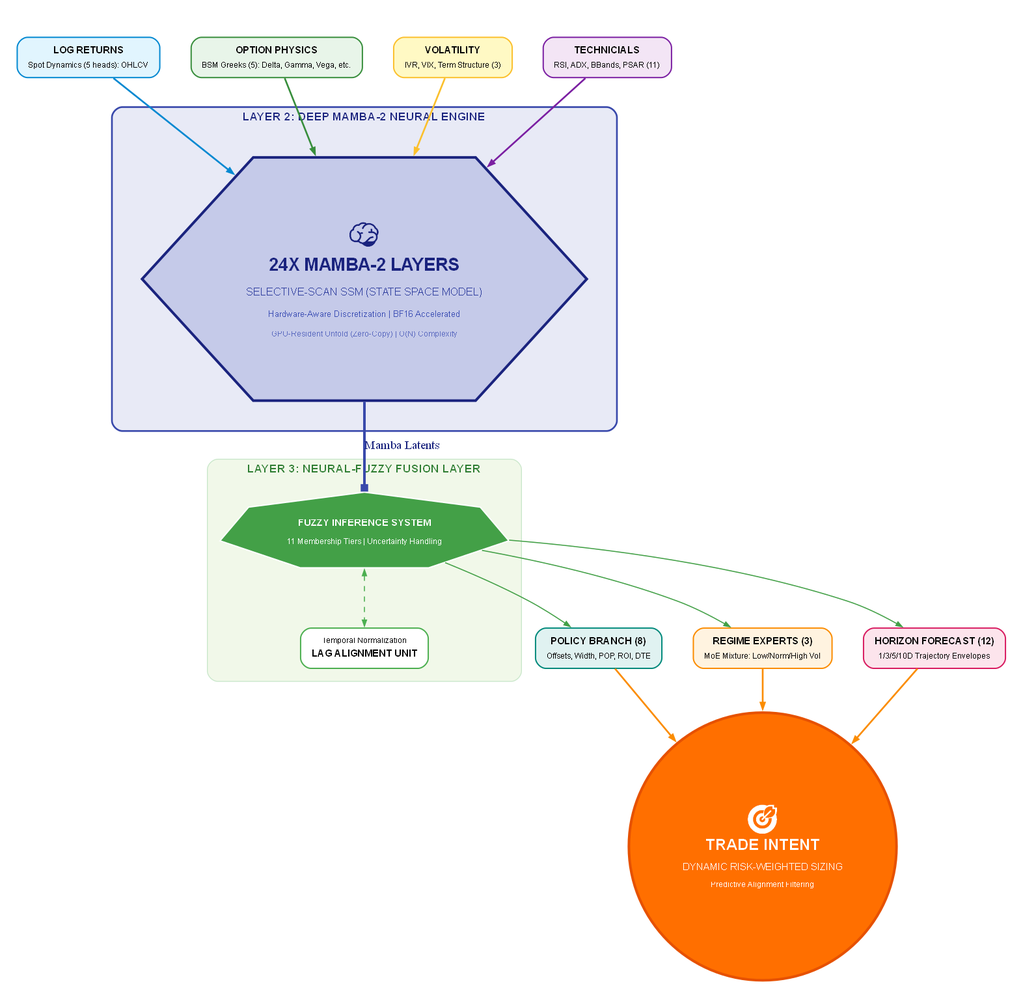
The Graphviz diagram docs/architecture/condor_intelligence_flow_premium.png in trextrader/spy-iron-condor-trading, before a commit. Its source is kept beside it as docs/architecture/condor_intelligence_flow_premium.dot. The source it was exported from:
```dot
digraph CondorIntelligence {
    rankdir=TB;
    nodesep=0.5;
    ranksep=0.7;
    compound=true;
    fontname="Arial, Helvetica, sans-serif";
    splines=spline;

    node [
        fontname="Arial, Helvetica, sans-serif",
        fontsize=11,
        shape=rect,
        style="filled,rounded",
        penwidth=1.5,
        color="#FFFFFF",
        margin="0.15,0.1"
    ];

    edge [
        color="#90A4AE",
        penwidth=1.2,
        arrowsize=0.7
    ];

    subgraph cluster_l1 {
        label = <<b>LAYER 1: MULTI-SOURCE INPUT MANIFOLD (24 PARAMETERS)</b>>;
        labelloc = "t";
        fontsize = 13;
        fontcolor = "#37474F";
        style = "invis";

        i1 [label=<<table border="0" cellspacing="0"><tr><td><b>LOG RETURNS</b></td></tr><tr><td><font point-size="9">Spot Dynamics (5 heads): OHLCV</font></td></tr></table>>, fillcolor="#E1F5FE", color="#0288D1"];
        i2 [label=<<table border="0" cellspacing="0"><tr><td><b>OPTION PHYSICS</b></td></tr><tr><td><font point-size="9">BSM Greeks (5): Delta, Gamma, Vega, etc.</font></td></tr></table>>, fillcolor="#E8F5E9", color="#388E3C"];
        i3 [label=<<table border="0" cellspacing="0"><tr><td><b>VOLATILITY</b></td></tr><tr><td><font point-size="9">IVR, VIX, Term Structure (3)</font></td></tr></table>>, fillcolor="#FFF9C4", color="#FBC02D"];
        i4 [label=<<table border="0" cellspacing="0"><tr><td><b>TECHNICIALS</b></td></tr><tr><td><font point-size="9">RSI, ADX, BBands, PSAR (11)</font></td></tr></table>>, fillcolor="#F3E5F5", color="#7B1FA2"];

        {rank=same; i1 i2 i3 i4}
    }

    subgraph cluster_l2 {
        label = <<b>LAYER 2: DEEP MAMBA-2 NEURAL ENGINE</b>>;
        labelloc = "t";
        fontsize = 13;
        fontcolor = "#1A237E";
        style = "filled,rounded";
        fillcolor = "#E8EAF6";
        pencolor = "#3949AB";
        penwidth = 2;
        margin = 35;

        mamba_core [label=<<table border="0" cellspacing="8">
            <tr><td><font point-size="30" color="#1A237E">🧠</font></td></tr>
            <tr><td><font point-size="20" color="#1A237E"><b>24X MAMBA-2 LAYERS</b></font></td></tr>
            <tr><td><font point-size="12" color="#303F9F">SELECTIVE-SCAN SSM (STATE SPACE MODEL)</font></td></tr>
            <tr><td><font point-size="10" color="#3F51B5">Hardware-Aware Discretization | BF16 Accelerated</font></td></tr>
            <tr><td><font point-size="9" color="#5C6BC0">GPU-Resident Unfold (Zero-Copy) | O(N) Complexity</font></td></tr>
        </table>>, shape=hexagon, style="filled", fillcolor="#C5CAE9", color="#1A237E", penwidth=3];
    }

    subgraph cluster_l3 {
        label = <<b>LAYER 3: NEURAL-FUZZY FUSION LAYER</b>>;
        labelloc = "t";
        fontsize = 13;
        fontcolor = "#2E7D32";
        style = "filled,rounded";
        fillcolor = "#F1F8E9";
        pencolor = "#C8E6C9";
        margin = 15;

        fuzzy_logic [label=<<table border="0" cellspacing="4">
            <tr><td><b>FUZZY INFERENCE SYSTEM</b></td></tr>
            <tr><td><font point-size="9">11 Membership Tiers | Uncertainty Handling</font></td></tr>
        </table>>, fillcolor="#43A047", fontcolor=white, shape=septagon, style="filled"];

        lag_alignment [label=<<table border="0" cellspacing="0"><tr><td><font point-size="9">Temporal Normalization</font></td></tr><tr><td><b>LAG ALIGNMENT UNIT</b></td></tr></table>>, fillcolor="white", color="#4CAF50"];

        fuzzy_logic -> lag_alignment [dir=both, style=dashed, color="#4CAF50"];
    }

    subgraph cluster_l4 {
        label = <<b>LAYER 4: SYNERGISTIC PREDICTION (23 DISCRETE HEADS)</b>>;
        labelloc = "t";
        fontsize = 13;
        fontcolor = "#37474F";
        style = "invis";

        o1 [label=<<table border="0" cellspacing="0"><tr><td><b>POLICY BRANCH (8)</b></td></tr><tr><td><font point-size="9">Offsets, Width, POP, ROI, DTE</font></td></tr></table>>, fillcolor="#E0F2F1", color="#00897B"];
        o2 [label=<<table border="0" cellspacing="0"><tr><td><b>REGIME EXPERTS (3)</b></td></tr><tr><td><font point-size="9">MoE Mixture: Low/Norm/High Vol</font></td></tr></table>>, fillcolor="#FFF3E0", color="#FB8C00"];
        o3 [label=<<table border="0" cellspacing="0"><tr><td><b>HORIZON FORECAST (12)</b></td></tr><tr><td><font point-size="9">1/3/5/10D Trajectory Envelopes</font></td></tr></table>>, fillcolor="#FCE4EC", color="#D81B60"];

        {rank=same; o1 o2 o3}
    }

    trade_intent [label=<<table border="0" cellspacing="4">
        <tr><td><font point-size="30">🎯</font></td></tr>
        <tr><td><font point-size="18"><b>TRADE INTENT</b></font></td></tr>
        <tr><td><font point-size="11">DYNAMIC RISK-WEIGHTED SIZING</font></td></tr>
        <tr><td><font point-size="9">Predictive Alignment Filtering</font></td></tr>
    </table>>, shape=circle, style=filled, fillcolor="#FF6F00", fontcolor=white, color="#E65100", penwidth=3];

    i1 -> mamba_core [color="#0288D1", penwidth=2.0];
    i2 -> mamba_core [color="#388E3C", penwidth=2.0];
    i3 -> mamba_core [color="#FBC02D", penwidth=2.0];
    i4 -> mamba_core [color="#7B1FA2", penwidth=2.0];

    mamba_core -> fuzzy_logic [label="Mamba Latents", fontcolor="#1A237E", color="#3949AB", penwidth=3, arrowhead=box];

    fuzzy_logic -> o1 [color="#43A047"];
    fuzzy_logic -> o2 [color="#43A047"];
    fuzzy_logic -> o3 [color="#43A047"];

    o1 -> trade_intent [color="#FB8C00", penwidth=2, style=bold];
    o2 -> trade_intent [color="#FB8C00", penwidth=2, style=bold];
    o3 -> trade_intent [color="#FB8C00", penwidth=2, style=bold];
}
```
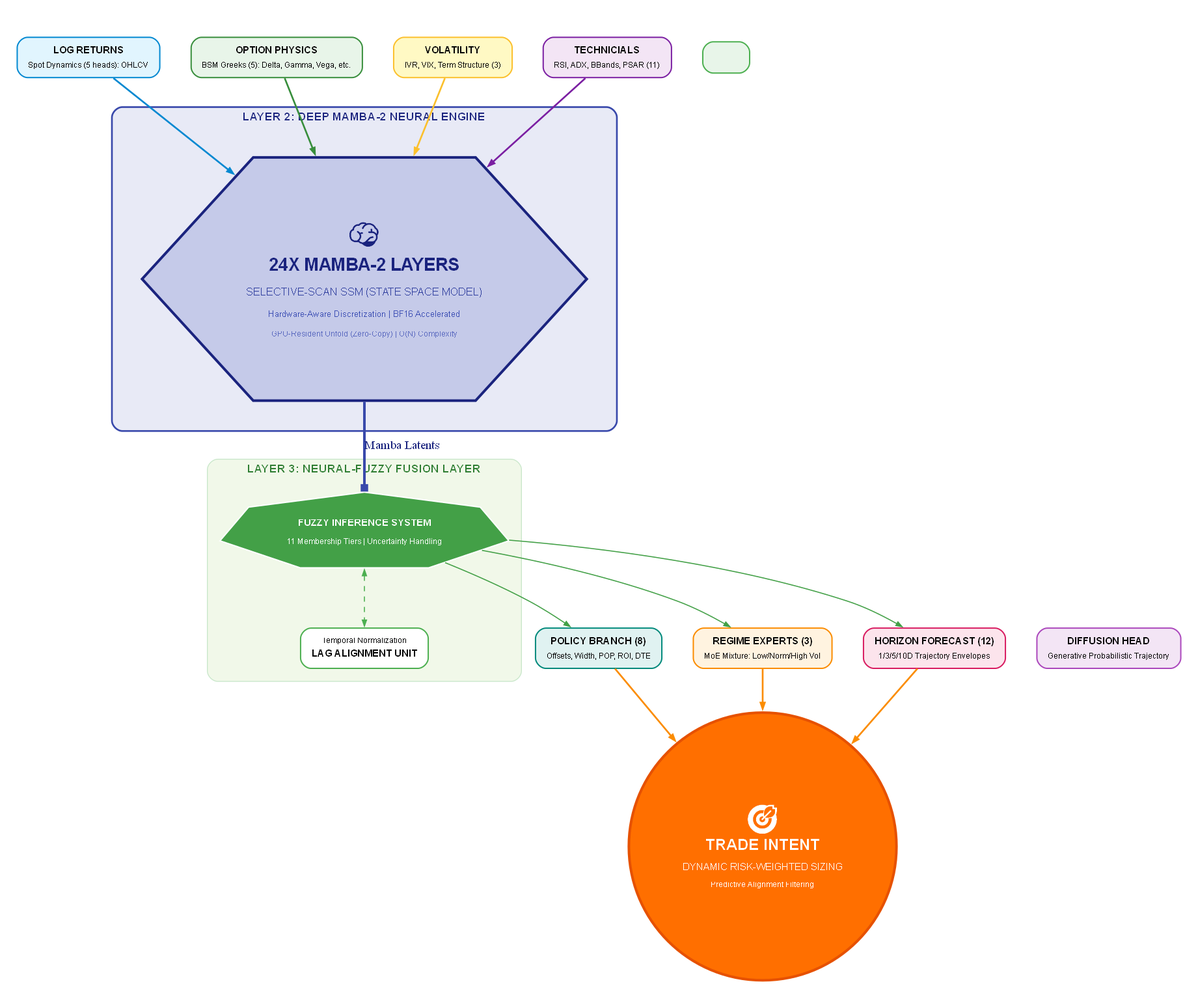
After the change.

Commit message:
Update All Architecture Diagrams (Diffusion & TDA) + Re-render PNGs

What changed in the source:
```diff
@@ -23,7 +23,7 @@
     ];
 
     subgraph cluster_l1 {
-        label = <<b>LAYER 1: MULTI-SOURCE INPUT MANIFOLD (24 PARAMETERS)</b>>;
+        label = <<b>LAYER 1: MULTI-SOURCE INPUT MANIFOLD (28 PARAMETERS)</b>>;
         labelloc = "t";
         fontsize = 13;
         fontcolor = "#37474F";
@@ -34,7 +34,9 @@
         i3 [label=<<table border="0" cellspacing="0"><tr><td><b>VOLATILITY</b></td></tr><tr><td><font point-size="9">IVR, VIX, Term Structure (3)</font></td></tr></table>>, fillcolor="#FFF9C4", color="#FBC02D"];
         i4 [label=<<table border="0" cellspacing="0"><tr><td><b>TECHNICIALS</b></td></tr><tr><td><font point-size="9">RSI, ADX, BBands, PSAR (11)</font></td></tr></table>>, fillcolor="#F3E5F5", color="#7B1FA2"];
 
-        {rank=same; i1 i2 i3 i4}
+        i5 [label=<<table border="0" cellspacing="0"><tr><td><b>TDA & MANIFOLD</b></td></tr><tr><td><font point-size="9">Topological + Geometric Features</font></td></tr></table>>, fillcolor="#E8F5E9", color="#4CAF50"];
+
+        {rank=same; i1 i2 i3 i4 i5}
     }
 
     subgraph cluster_l2 {
@@ -87,8 +89,10 @@
         o1 [label=<<table border="0" cellspacing="0"><tr><td><b>POLICY BRANCH (8)</b></td></tr><tr><td><font point-size="9">Offsets, Width, POP, ROI, DTE</font></td></tr></table>>, fillcolor="#E0F2F1", color="#00897B"];
         o2 [label=<<table border="0" cellspacing="0"><tr><td><b>REGIME EXPERTS (3)</b></td></tr><tr><td><font point-size="9">MoE Mixture: Low/Norm/High Vol</font></td></tr></table>>, fillcolor="#FFF3E0", color="#FB8C00"];
         o3 [label=<<table border="0" cellspacing="0"><tr><td><b>HORIZON FORECAST (12)</b></td></tr><tr><td><font point-size="9">1/3/5/10D Trajectory Envelopes</font></td></tr></table>>, fillcolor="#FCE4EC", color="#D81B60"];
+        o3 [label=<<table border="0" cellspacing="0"><tr><td><b>HORIZON FORECAST (12)</b></td></tr><tr><td><font point-size="9">1/3/5/10D Trajectory Envelopes</font></td></tr></table>>, fillcolor="#FCE4EC", color="#D81B60"];
+        o4 [label=<<table border="0" cellspacing="0"><tr><td><b>DIFFUSION HEAD</b></td></tr><tr><td><font point-size="9">Generative Probabilistic Trajectory</font></td></tr></table>>, fillcolor="#F3E5F5", color="#AB47BC"];
 
-        {rank=same; o1 o2 o3}
+        {rank=same; o1 o2 o3 o4}
     }
 
     trade_intent [label=<<table border="0" cellspacing="4">
```
